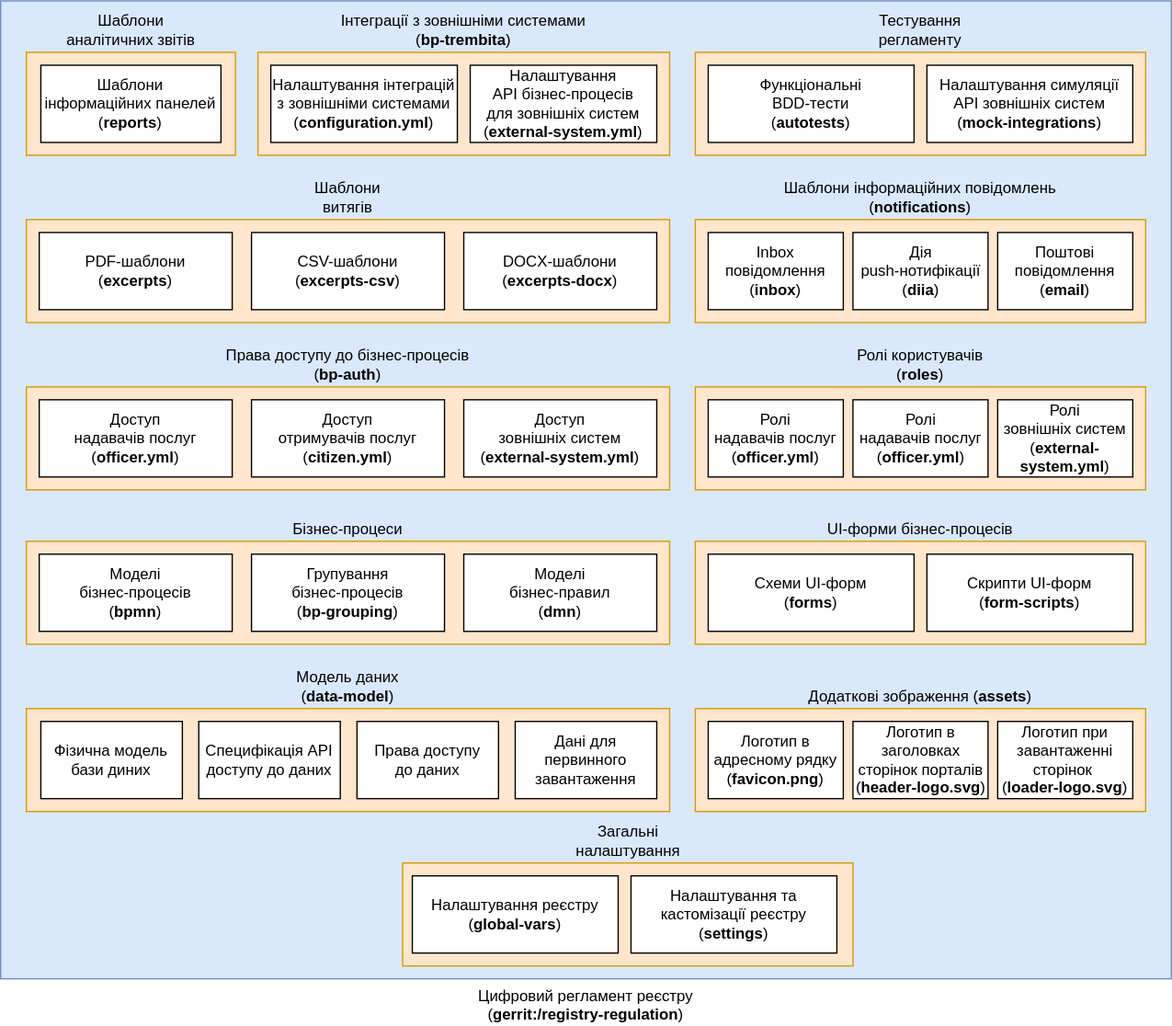
Above: docs/ua/modules/arch/images/architecture/registry/administrative/regulation-management/registry-regulation/regulation-structure.svg in epam/edp-ddm-architecture (draw.io), before the change. Source tidied: cells renumbered, new cells last; positions are measured from the earlier drawing's top-left corner, leaving out a move shared by most shapes.
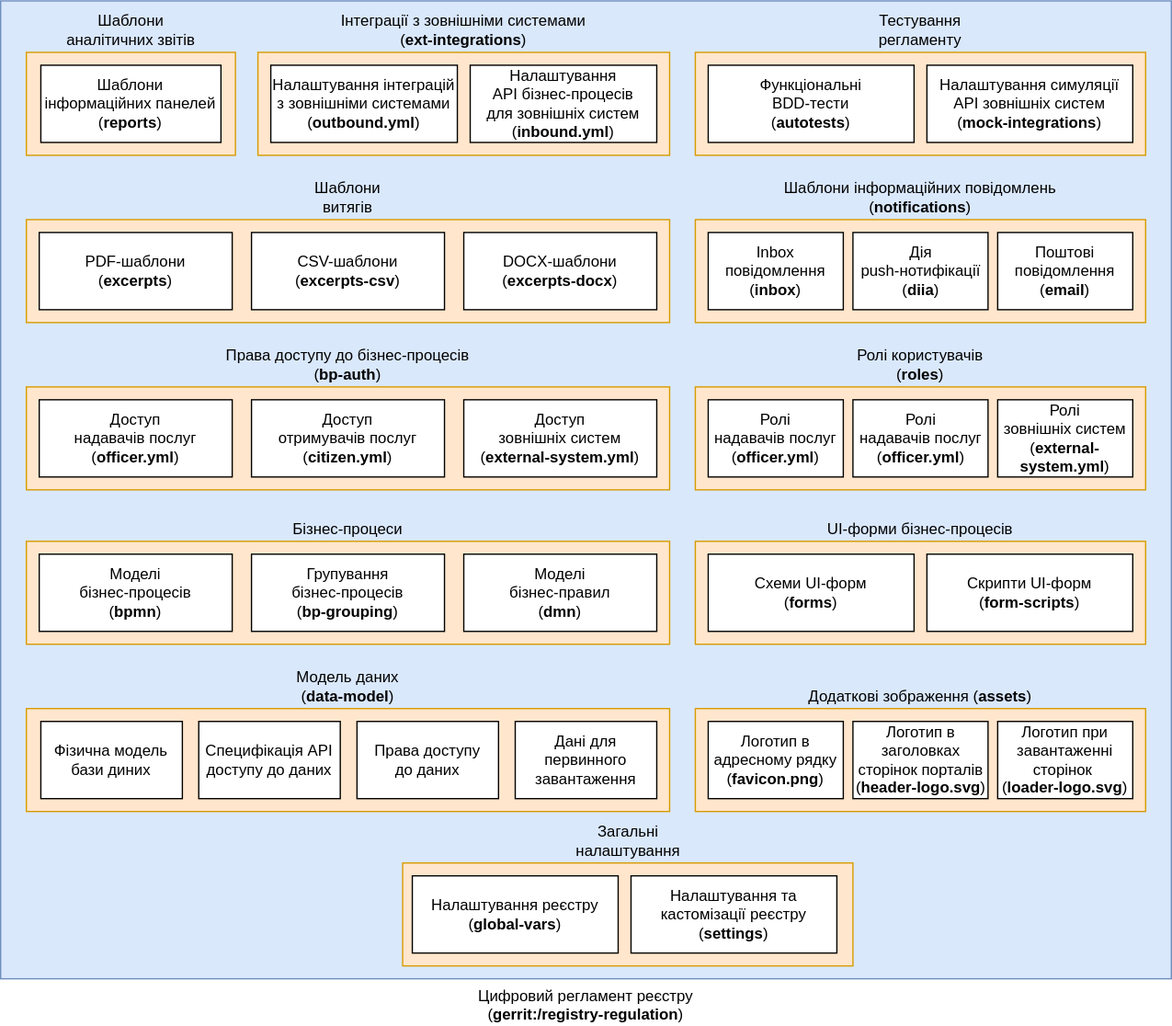
Above is the later version.

Commit message:
[EDP-DDM-29207] - Updated bp-trembita to ext-integrations registry folder

Change to the diagram source:
```diff
@@ -77,13 +77,13 @@
     <mxCell id="26" value="Налаштування симуляції API зовнішніх систем&lt;br style=&quot;border-color: var(--border-color);&quot;&gt;(&lt;b style=&quot;border-color: var(--border-color);&quot;&gt;mock-integrations&lt;/b&gt;)" style="rounded=0;whiteSpace=wrap;html=1;" parent="1" vertex="1">
       <mxGeometry x="720" y="50" width="160" height="60" as="geometry" />
     </mxCell>
-    <mxCell id="27" value="Інтеграції з зовнішніми системами&lt;br style=&quot;border-color: var(--border-color);&quot;&gt;(&lt;b style=&quot;border-color: var(--border-color);&quot;&gt;bp-trembita&lt;/b&gt;)" style="rounded=0;whiteSpace=wrap;html=1;labelPosition=center;verticalLabelPosition=top;align=center;verticalAlign=bottom;fillColor=#ffe6cc;strokeColor=#d79b00;" parent="1" vertex="1">
+    <mxCell id="27" value="Інтеграції з зовнішніми системами&lt;br style=&quot;border-color: var(--border-color);&quot;&gt;(&lt;b style=&quot;border-color: var(--border-color);&quot;&gt;ext-integrations&lt;/b&gt;)" style="rounded=0;whiteSpace=wrap;html=1;labelPosition=center;verticalLabelPosition=top;align=center;verticalAlign=bottom;fillColor=#ffe6cc;strokeColor=#d79b00;" parent="1" vertex="1">
       <mxGeometry x="200" y="40" width="320" height="80" as="geometry" />
     </mxCell>
-    <mxCell id="28" value="Налаштування інтеграцій з зовнішніми системами&lt;br&gt;(&lt;b&gt;configuration.yml&lt;/b&gt;)" style="rounded=0;whiteSpace=wrap;html=1;" parent="1" vertex="1">
+    <mxCell id="28" value="Налаштування інтеграцій з зовнішніми системами&lt;br&gt;(&lt;b&gt;outbound.yml&lt;/b&gt;)" style="rounded=0;whiteSpace=wrap;html=1;" parent="1" vertex="1">
       <mxGeometry x="210" y="50" width="145" height="60" as="geometry" />
     </mxCell>
-    <mxCell id="29" value="Налаштування &lt;br&gt;API бізнес-процесів&lt;br&gt;для зовнішніх систем&lt;br&gt;(&lt;b&gt;external-system.yml&lt;/b&gt;)" style="rounded=0;whiteSpace=wrap;html=1;" parent="1" vertex="1">
+    <mxCell id="29" value="Налаштування &lt;br&gt;API бізнес-процесів&lt;br&gt;для зовнішніх систем&lt;br&gt;(&lt;b&gt;inbound.yml&lt;/b&gt;)" style="rounded=0;whiteSpace=wrap;html=1;" parent="1" vertex="1">
       <mxGeometry x="365" y="50" width="145" height="60" as="geometry" />
     </mxCell>
     <mxCell id="30" value="Функціональні &lt;br&gt;BDD-тести&lt;br style=&quot;border-color: var(--border-color);&quot;&gt;(&lt;b style=&quot;border-color: var(--border-color);&quot;&gt;autotests&lt;/b&gt;)" style="rounded=0;whiteSpace=wrap;html=1;" parent="1" vertex="1">
```
